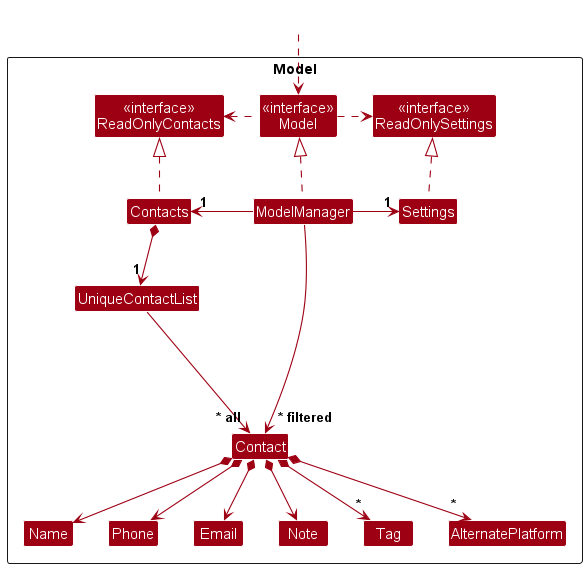
Before: docs/images/ModelClassDiagram.png, a diagram exported from PlantUML (nus-cs2103-AY2324S1/tp).
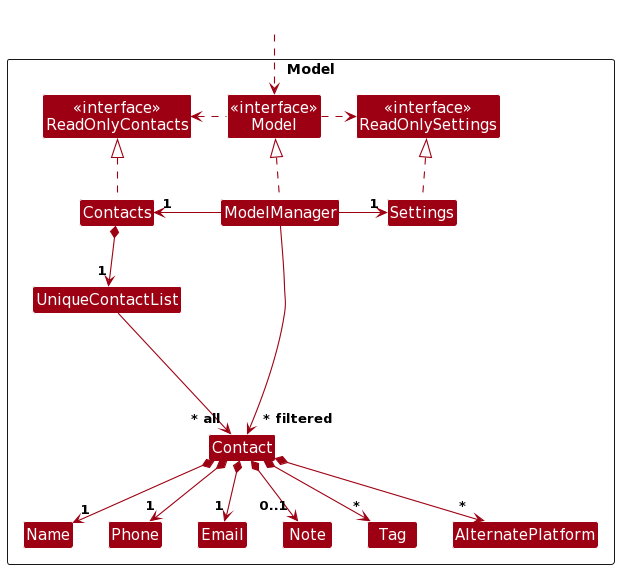
The same file after the commit.

The edit, as a diff of the source:
```diff
@@ -1,5 +1,77 @@
 @startuml
-!include style.puml
+
+
+
+!define UI_COLOR #1D8900
+!define UI_COLOR_T1 #83E769
+!define UI_COLOR_T2 #3FC71B
+!define UI_COLOR_T3 #166800
+!define UI_COLOR_T4 #0E4100
+
+!define LOGIC_COLOR #3333C4
+!define LOGIC_COLOR_T1 #C8C8FA
+!define LOGIC_COLOR_T2 #6A6ADC
+!define LOGIC_COLOR_T3 #1616B0
+!define LOGIC_COLOR_T4 #101086
+
+!define MODEL_COLOR #9D0012
+!define MODEL_COLOR_T1 #F97181
+!define MODEL_COLOR_T2 #E41F36
+!define MODEL_COLOR_T3 #7B000E
+!define MODEL_COLOR_T4 #51000A
+
+!define STORAGE_COLOR #A38300
+!define STORAGE_COLOR_T1 #FFE374
+!define STORAGE_COLOR_T2 #EDC520
+!define STORAGE_COLOR_T3 #806600
+!define STORAGE_COLOR_T2 #544400
+
+!define USER_COLOR #000000
+
+skinparam Package {
+    BackgroundColor #FFFFFF
+    BorderThickness 1
+    FontSize 16
+}
+
+skinparam Class {
+    FontColor #FFFFFF
+    FontSize 15
+    BorderThickness 1
+    BorderColor #FFFFFF
+    StereotypeFontColor #FFFFFF
+    FontName Arial
+}
+
+skinparam Actor {
+    BorderColor USER_COLOR
+    Color USER_COLOR
+    FontName Arial
+}
+
+skinparam Sequence {
+    MessageAlign center
+    BoxFontSize 15
+    BoxPadding 0
+    BoxFontColor #FFFFFF
+    FontName Arial
+}
+
+skinparam Participant {
+    FontColor #FFFFFFF
+    Padding 20
+}
+
+skinparam ArrowFontStyle bold
+skinparam MinClassWidth 50
+skinparam ParticipantPadding 10
+skinparam Shadowing false
+skinparam DefaultTextAlignment center
+skinparam packageStyle Rectangle
+
+hide footbox
+hide members
+hide circle
 skinparam arrowThickness 1.1
 skinparam arrowColor MODEL_COLOR
 skinparam classBackgroundColor MODEL_COLOR
@@ -38,10 +110,10 @@
 
 Contacts *--> "1" UniqueContactList
 UniqueContactList --> "~* all" Contact
-Contact *--> Name
-Contact *--> Phone
-Contact *--> Email
-Contact *--> Note
+Contact *--> "1" Name
+Contact *--> "1" Phone
+Contact *--> "1" Email
+Contact *--> "0..1" Note
 Contact *--> "*" Tag
 Contact *--> "*" AlternatePlatform
 
```
